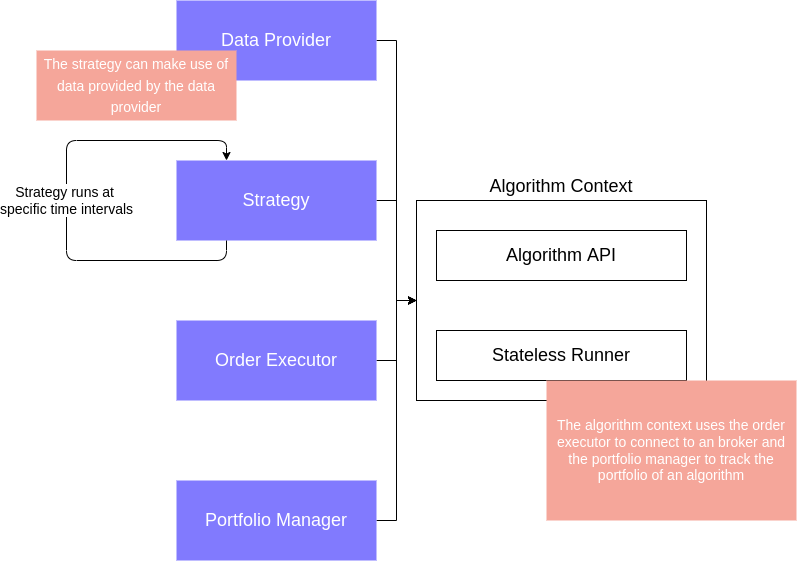
Above: public/algorithm-context.png in coding-kitties/Investing-Algorithm-Framework-Documentation (draw.io), before the change. Source tidied: cells renumbered, new cells last; positions are measured from the earlier drawing's top-left corner, leaving out a move shared by most shapes.
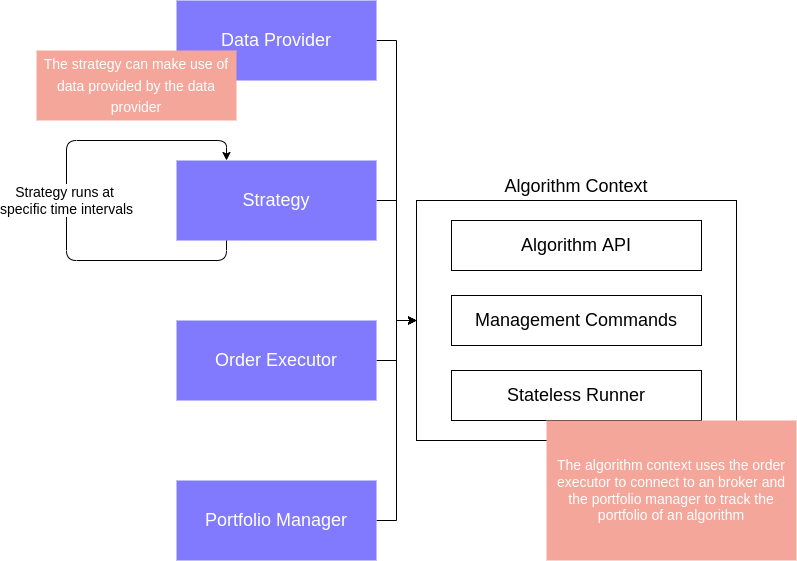
The same diagram one commit later.

Diff of the diagram source:
```diff
@@ -3,7 +3,7 @@
     <mxCell id="0" />
     <mxCell id="1" parent="0" />
     <mxCell id="2" value="Algorithm Context" style="rounded=0;whiteSpace=wrap;html=1;shadow=0;glass=0;sketch=0;fontSize=18;fontColor=#000000;fillColor=#FFFFFF;gradientColor=none;labelPosition=center;verticalLabelPosition=top;align=center;verticalAlign=bottom;" parent="1" vertex="1">
-      <mxGeometry x="380" y="200" width="290" height="200" as="geometry" />
+      <mxGeometry x="380" y="200" width="320" height="240" as="geometry" />
     </mxCell>
     <mxCell id="3" style="edgeStyle=orthogonalEdgeStyle;rounded=0;jettySize=auto;html=1;exitX=1;exitY=0.5;exitDx=0;exitDy=0;entryX=0;entryY=0.5;entryDx=0;entryDy=0;fontSize=18;fontColor=#000000;" parent="1" edge="1" source="4" target="2">
       <mxGeometry relative="1" as="geometry" />
@@ -30,13 +30,13 @@
       <mxGeometry x="140" y="160" width="200" height="80" as="geometry" />
     </mxCell>
     <mxCell id="11" value="&lt;font color=&quot;#000000&quot;&gt;Algorithm API&lt;/font&gt;" style="rounded=0;whiteSpace=wrap;html=1;shadow=0;glass=0;sketch=0;fontSize=18;fontColor=#FFFFFF;fillColor=#FFFFFF;gradientColor=none;" parent="1" vertex="1">
-      <mxGeometry x="400" y="230" width="250" height="50" as="geometry" />
+      <mxGeometry x="415" y="220" width="250" height="50" as="geometry" />
     </mxCell>
     <mxCell id="12" value="&lt;font color=&quot;#000000&quot;&gt;Stateless Runner&lt;/font&gt;" style="rounded=0;whiteSpace=wrap;html=1;shadow=0;glass=0;sketch=0;fontSize=18;fontColor=#FFFFFF;fillColor=#FFFFFF;gradientColor=none;" parent="1" vertex="1">
-      <mxGeometry x="400" y="330" width="250" height="50" as="geometry" />
+      <mxGeometry x="415" y="370" width="250" height="50" as="geometry" />
     </mxCell>
     <mxCell id="13" value="The algorithm context uses the order executor to connect to an broker and the portfolio manager to track the portfolio of an algorithm" style="rounded=0;whiteSpace=wrap;html=1;shadow=0;glass=0;sketch=0;fontSize=14;fontColor=#FFFFFF;fillColor=#f5a69a;gradientColor=none;strokeColor=none;labelPosition=center;verticalLabelPosition=middle;align=center;verticalAlign=middle;" parent="1" vertex="1">
-      <mxGeometry x="510" y="380" width="250" height="140" as="geometry" />
+      <mxGeometry x="510" y="420" width="250" height="140" as="geometry" />
     </mxCell>
     <mxCell id="14" value="&lt;font style=&quot;font-size: 14px&quot;&gt;The strategy can make use of data provided by the data provider&lt;/font&gt;" style="rounded=0;whiteSpace=wrap;html=1;shadow=0;glass=0;sketch=0;fontSize=18;fontColor=#FFFFFF;fillColor=#f5a69a;gradientColor=none;strokeColor=none;labelPosition=center;verticalLabelPosition=middle;align=center;verticalAlign=middle;" parent="1" vertex="1">
       <mxGeometry y="50" width="200" height="70" as="geometry" />
@@ -51,5 +51,8 @@
         </Array>
       </mxGeometry>
     </mxCell>
+    <mxCell id="16" value="&lt;font color=&quot;#000000&quot;&gt;Management Commands&lt;/font&gt;" style="rounded=0;whiteSpace=wrap;html=1;shadow=0;glass=0;sketch=0;fontSize=18;fontColor=#FFFFFF;fillColor=#FFFFFF;gradientColor=none;" parent="1" vertex="1">
+      <mxGeometry x="415" y="295" width="250" height="50" as="geometry" />
+    </mxCell>
   </root>
 </mxGraphModel>
```
